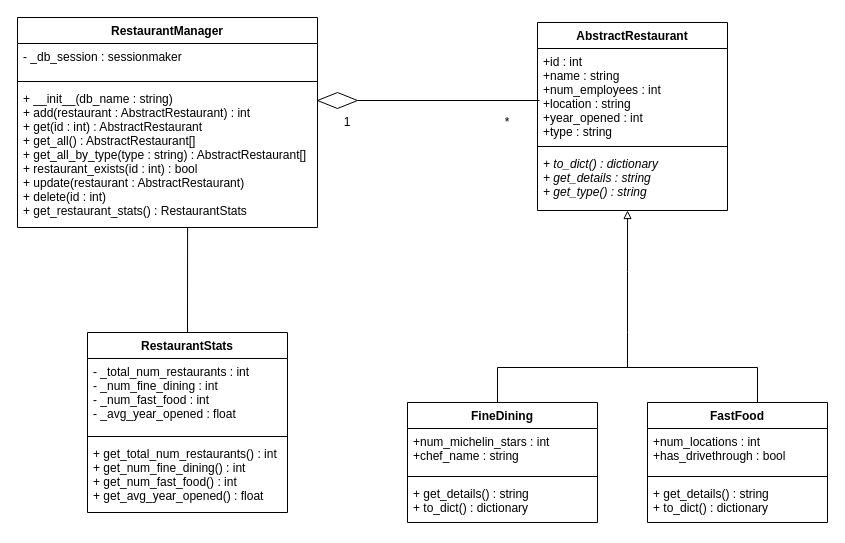
Before: UML.drawio in memoryofzero/ACIT2515_Assignment, a draw.io diagram. Source tidied: cells renumbered, new cells numbered last; positions are measured from the earlier drawing's top-left corner, leaving out a move shared by most shapes. Both pictures are drawn from the tidied source at 100%, with x=0, y=0 at pixel (17, 17).
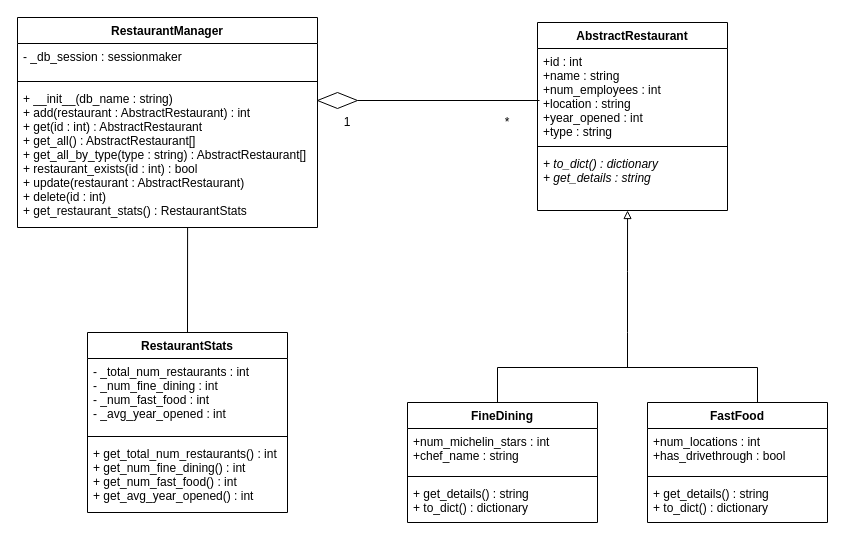
After the change.

Unchanged cells that the change refers to:
```xml
<mxCell id="2" value="AbstractRestaurant" style="swimlane;fontStyle=1;align=center;verticalAlign=top;horizontal=1;startSize=26;" parent="1" vertex="1">
  <mxGeometry x="520" y="5" width="190" height="188" as="geometry" />
</mxCell>
<mxCell id="24" value="RestaurantStats" style="swimlane;fontStyle=1;align=center;verticalAlign=top;horizontal=1;startSize=26;strokeWidth=1;" parent="1" vertex="1">
  <mxGeometry x="70" y="315" width="200" height="180" as="geometry" />
</mxCell>
```

What changed in the source:
```diff
@@
-    <mxCell id="5" value="+ to_dict() : dictionary&#10;+ get_details : string&#10;+ get_type() : string" style="text;strokeColor=none;fillColor=none;align=left;verticalAlign=top;spacingLeft=4;spacingRight=4;overflow=hidden;points=[[0,0.5],[1,0.5]];portConstraint=eastwest;fontStyle=2;" parent="2" vertex="1">
+    <mxCell id="5" value="+ to_dict() : dictionary&#10;+ get_details : string" style="text;strokeColor=none;fillColor=none;align=left;verticalAlign=top;spacingLeft=4;spacingRight=4;overflow=hidden;points=[[0,0.5],[1,0.5]];portConstraint=eastwest;fontStyle=2;" parent="2" vertex="1">
       <mxGeometry y="128" width="190" height="60" as="geometry" />
     </mxCell>
@@
-    <mxCell id="25" value="- _total_num_restaurants : int&#10;- _num_fine_dining : int&#10;- _num_fast_food : int&#10;- _avg_year_opened : float" style="text;strokeColor=none;fillColor=none;align=left;verticalAlign=top;spacingLeft=4;spacingRight=4;overflow=hidden;" parent="24" vertex="1">
+    <mxCell id="25" value="- _total_num_restaurants : int&#10;- _num_fine_dining : int&#10;- _num_fast_food : int&#10;- _avg_year_opened : int" style="text;strokeColor=none;fillColor=none;align=left;verticalAlign=top;spacingLeft=4;spacingRight=4;overflow=hidden;" parent="24" vertex="1">
       <mxGeometry y="26" width="200" height="74" as="geometry" />
     </mxCell>
@@
-    <mxCell id="27" value="+ get_total_num_restaurants() : int&#10;+ get_num_fine_dining() : int&#10;+ get_num_fast_food() : int&#10;+ get_avg_year_opened() : float" style="text;strokeColor=none;fillColor=none;align=left;verticalAlign=top;spacingLeft=4;spacingRight=4;overflow=hidden;" parent="24" vertex="1">
+    <mxCell id="27" value="+ get_total_num_restaurants() : int&#10;+ get_num_fine_dining() : int&#10;+ get_num_fast_food() : int&#10;+ get_avg_year_opened() : int" style="text;strokeColor=none;fillColor=none;align=left;verticalAlign=top;spacingLeft=4;spacingRight=4;overflow=hidden;" parent="24" vertex="1">
       <mxGeometry y="108" width="200" height="72" as="geometry" />
     </mxCell>
```
